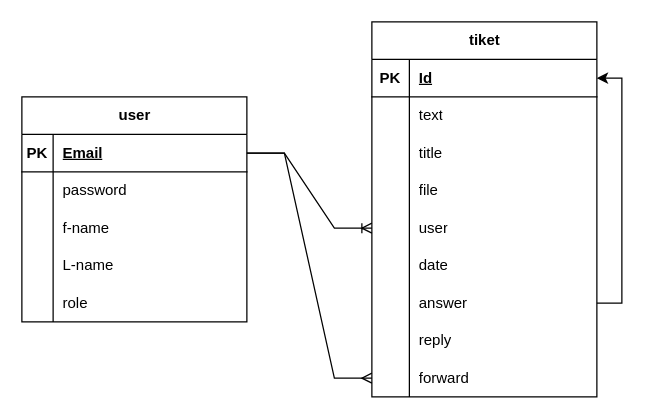
Earlier version of the draw.io diagram page "Page-2" (2 of 2) of static/Untitled Diagram.drawio (BNO31KING/tiket-front). Source tidied: cells renumbered, new cells numbered last; positions are measured from the earlier drawing's top-left corner, leaving out a move shared by most shapes. Both pictures are drawn from the tidied source at 125%, with x=0, y=0 at pixel (21, 21).
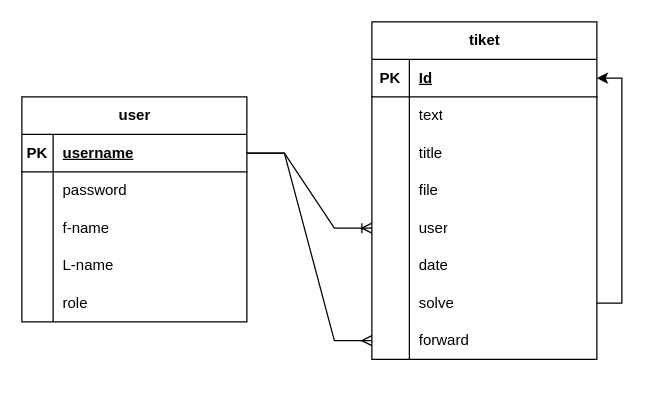
After the change.

Unchanged cells that the change refers to:
```xml
<mxCell id="21" style="shape=tableRow;horizontal=0;startSize=0;swimlaneHead=0;swimlaneBody=0;fillColor=none;points=[[0,0.5],[1,0.5]];portConstraint=eastwest;top=0;left=0;right=0;bottom=0;" parent="2" vertex="1">
  <mxGeometry y="210" width="180" height="30" as="geometry" />
</mxCell>
<mxCell id="31" style="shape=tableRow;horizontal=0;startSize=0;swimlaneHead=0;swimlaneBody=0;fillColor=none;points=[[0,0.5],[1,0.5]];portConstraint=eastwest;top=0;left=0;right=0;bottom=1;" parent="30" vertex="1">
  <mxGeometry y="30" width="180" height="30" as="geometry" />
</mxCell>
```

What changed in the source:
```diff
@@
     <mxCell id="2" value="tiket" style="shape=table;startSize=30;childLayout=tableLayout;rowLines=0;fontStyle=1;align=center;html=1;" parent="1" vertex="1">
-      <mxGeometry x="280" width="180" height="300" as="geometry" />
+      <mxGeometry x="280" width="180" height="270" as="geometry" />
     </mxCell>
@@
-    <mxCell id="23" value="answer" style="shape=partialRectangle;fillColor=none;top=0;left=0;bottom=0;right=0;align=left;spacingLeft=6;overflow=hidden;whiteSpace=wrap;html=1;" parent="21" vertex="1">
+    <mxCell id="23" value="solve" style="shape=partialRectangle;fillColor=none;top=0;left=0;bottom=0;right=0;align=left;spacingLeft=6;overflow=hidden;whiteSpace=wrap;html=1;" parent="21" vertex="1">
       <mxGeometry x="30" width="150" height="30" as="geometry" />
     </mxCell>
-    <mxCell id="24" style="shape=tableRow;horizontal=0;startSize=0;swimlaneHead=0;swimlaneBody=0;fillColor=none;top=0;left=0;right=0;bottom=0;" parent="2" vertex="1">
-      <mxGeometry y="240" width="180" height="30" as="geometry" />
-    </mxCell>
-    <mxCell id="25" style="shape=partialRectangle;fillColor=none;top=0;left=0;bottom=0;right=0;overflow=hidden;whiteSpace=wrap;html=1;" parent="24" vertex="1">
-      <mxGeometry width="30" height="30" as="geometry" />
-    </mxCell>
-    <mxCell id="26" value="reply" style="shape=partialRectangle;fillColor=none;top=0;left=0;bottom=0;right=0;align=left;spacingLeft=6;overflow=hidden;whiteSpace=wrap;html=1;" parent="24" vertex="1">
-      <mxGeometry x="30" width="150" height="30" as="geometry" />
-    </mxCell>
     <mxCell id="27" style="shape=tableRow;horizontal=0;startSize=0;swimlaneHead=0;swimlaneBody=0;fillColor=none;points=[[0,0.5],[1,0.5]];portConstraint=eastwest;top=0;left=0;right=0;bottom=0;" parent="2" vertex="1">
-      <mxGeometry y="270" width="180" height="30" as="geometry" />
+      <mxGeometry y="240" width="180" height="30" as="geometry" />
     </mxCell>
@@
-    <mxCell id="33" value="Email" style="shape=partialRectangle;fillColor=none;top=0;left=0;bottom=0;right=0;align=left;spacingLeft=6;fontStyle=5;overflow=hidden;whiteSpace=wrap;html=1;" parent="31" vertex="1">
+    <mxCell id="33" value="username" style="shape=partialRectangle;fillColor=none;top=0;left=0;bottom=0;right=0;align=left;spacingLeft=6;fontStyle=5;overflow=hidden;whiteSpace=wrap;html=1;" parent="31" vertex="1">
       <mxGeometry x="25" width="155" height="30" as="geometry" />
     </mxCell>
```
